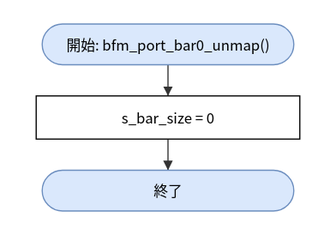
This is doc/spec/images/flow_port_vxworks_port_vxworks-bfm_port_bar0_unmap.drawio.svg from hf355051012-ai/bfmem, a draw.io export, as it was before one commit. Source tidied: cells renumbered, new cells last; positions are measured from the earlier drawing's top-left corner, leaving out a move shared by most shapes.
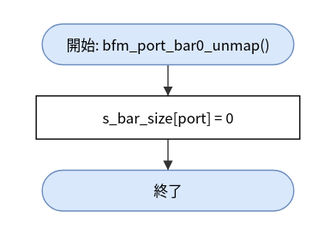
Later version of the same file.

Diff of the diagram source:
```diff
@@ -5,7 +5,7 @@
     <mxCell id="2" value="開始: bfm_port_bar0_unmap()" style="rounded=1;arcSize=50;whiteSpace=wrap;html=1;fillColor=#dae8fc;strokeColor=#6c8ebf;" parent="1" vertex="1">
       <mxGeometry x="5" width="210" height="34" as="geometry" />
     </mxCell>
-    <mxCell id="3" value="s_bar_size = 0" style="rounded=0;whiteSpace=wrap;html=1;" parent="1" vertex="1">
+    <mxCell id="3" value="s_bar_size[port] = 0" style="rounded=0;whiteSpace=wrap;html=1;" parent="1" vertex="1">
       <mxGeometry y="60" width="220" height="36" as="geometry" />
     </mxCell>
     <mxCell id="4" value="終了" style="rounded=1;arcSize=50;whiteSpace=wrap;html=1;fillColor=#dae8fc;strokeColor=#6c8ebf;" parent="1" vertex="1">
```
